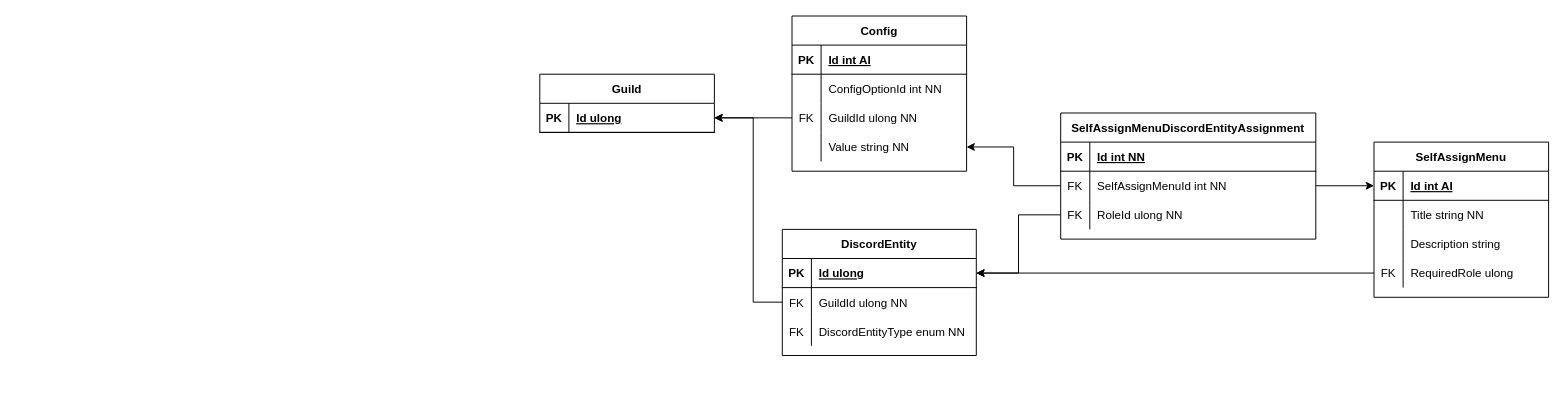
Earlier version of the draw.io diagram Docs/Db.drawio (Leyla-Labs/Leyla.Bot). Source tidied: cells renumbered, new cells numbered last; positions are measured from the earlier drawing's top-left corner, leaving out a move shared by most shapes. Both pictures are drawn from the tidied source at 97%, with x=0, y=0 at pixel (539, 16).
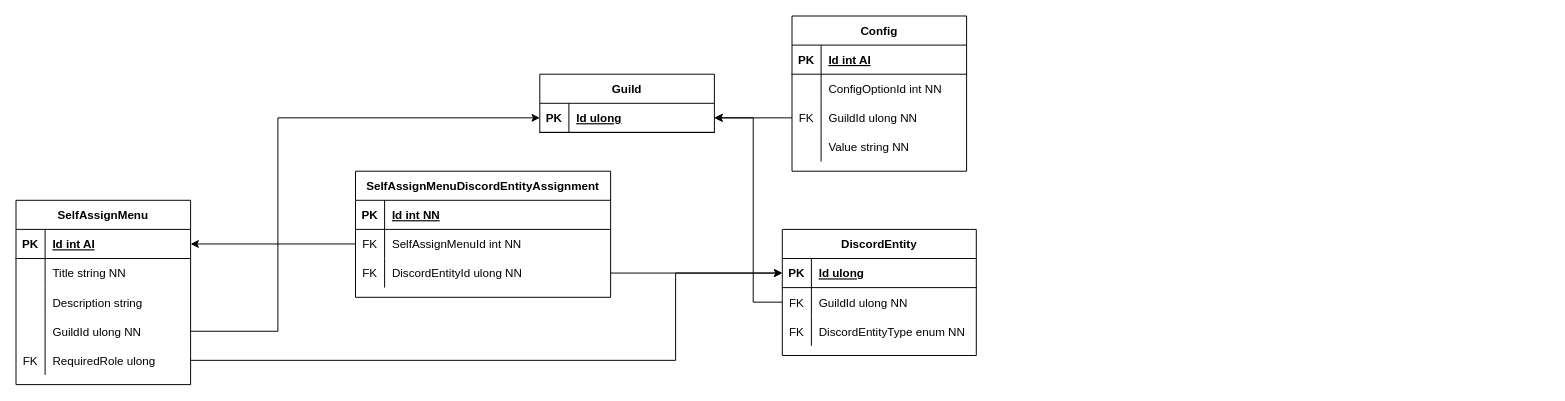
The same diagram, later.

Unchanged cells that the change refers to:
```xml
<mxCell id="3" style="shape=partialRectangle;fillColor=none;top=0;left=0;bottom=1;right=0;points=[[0,0.5],[1,0.5]];portConstraint=eastwest;" parent="2" vertex="1">
  <mxGeometry y="30" width="180" height="30" as="geometry" />
</mxCell>
<mxCell id="16" style="shape=partialRectangle;fillColor=none;top=0;left=0;bottom=0;right=0;points=[[0,0.5],[1,0.5]];portConstraint=eastwest;" parent="6" vertex="1">
  <mxGeometry y="120" width="180" height="30" as="geometry" />
</mxCell>
<mxCell id="21" style="shape=partialRectangle;fillColor=none;top=0;left=0;bottom=1;right=0;points=[[0,0.5],[1,0.5]];portConstraint=eastwest;" parent="20" vertex="1">
  <mxGeometry y="30" width="200" height="30" as="geometry" />
</mxCell>
<mxCell id="32" style="shape=partialRectangle;fillColor=none;top=0;left=0;bottom=1;right=0;points=[[0,0.5],[1,0.5]];portConstraint=eastwest;" parent="31" vertex="1">
  <mxGeometry y="30" width="180" height="30" as="geometry" />
</mxCell>
<mxCell id="49" style="shape=partialRectangle;fillColor=none;top=0;left=0;bottom=0;right=0;points=[[0,0.5],[1,0.5]];portConstraint=eastwest;" parent="45" vertex="1">
  <mxGeometry y="60" width="263" height="30" as="geometry" />
</mxCell>
<mxCell id="52" style="shape=partialRectangle;fillColor=none;top=0;left=0;bottom=0;right=0;points=[[0,0.5],[1,0.5]];portConstraint=eastwest;" parent="45" vertex="1">
  <mxGeometry y="90" width="263" height="30" as="geometry" />
</mxCell>
```

What changed in the source:
```diff
@@
     <mxCell id="31" value="SelfAssignMenu" style="shape=table;startSize=30;childLayout=tableLayout;rowLines=0;fontStyle=1;align=center;" parent="1" vertex="1">
-      <mxGeometry x="860" y="130" width="180" height="160" as="geometry" />
+      <mxGeometry x="-540" y="190" width="180" height="190" as="geometry" />
     </mxCell>
@@
+    <mxCell id="58" style="shape=partialRectangle;fillColor=none;top=0;left=0;bottom=0;right=0;points=[[0,0.5],[1,0.5]];portConstraint=eastwest;" parent="31" vertex="1">
+      <mxGeometry y="120" width="180" height="30" as="geometry" />
+    </mxCell>
+    <mxCell id="59" style="shape=partialRectangle;fillColor=none;top=0;left=0;bottom=0;right=0;overflow=hidden;" parent="58" vertex="1">
+      <mxGeometry width="30" height="30" as="geometry" />
+    </mxCell>
+    <mxCell id="60" value="GuildId ulong NN" style="shape=partialRectangle;fillColor=none;top=0;left=0;bottom=0;right=0;align=left;spacingLeft=6;overflow=hidden;" parent="58" vertex="1">
+      <mxGeometry x="30" width="150" height="30" as="geometry" />
+    </mxCell>
     <mxCell id="41" style="shape=partialRectangle;fillColor=none;top=0;left=0;bottom=0;right=0;points=[[0,0.5],[1,0.5]];portConstraint=eastwest;" parent="31" vertex="1">
-      <mxGeometry y="120" width="180" height="30" as="geometry" />
+      <mxGeometry y="150" width="180" height="30" as="geometry" />
     </mxCell>
@@
-    <mxCell id="44" style="edgeStyle=orthogonalEdgeStyle;rounded=0;jettySize=auto;html=1;exitX=0;exitY=0.5;exitDx=0;exitDy=0;" parent="1" edge="1" source="41" target="21">
-      <mxGeometry relative="1" as="geometry" />
-    </mxCell>
     <mxCell id="45" value="SelfAssignMenuDiscordEntityAssignment" style="shape=table;startSize=30;childLayout=tableLayout;rowLines=0;fontStyle=1;align=center;" parent="1" vertex="1">
-      <mxGeometry x="537" y="100" width="263" height="130" as="geometry" />
+      <mxGeometry x="-190" y="160" width="263" height="130" as="geometry" />
     </mxCell>
@@
-    <mxCell id="54" value="RoleId ulong NN" style="shape=partialRectangle;fillColor=none;top=0;left=0;bottom=0;right=0;align=left;spacingLeft=6;overflow=hidden;" parent="52" vertex="1">
+    <mxCell id="54" value="DiscordEntityId ulong NN" style="shape=partialRectangle;fillColor=none;top=0;left=0;bottom=0;right=0;align=left;spacingLeft=6;overflow=hidden;" parent="52" vertex="1">
       <mxGeometry x="30" width="233" height="30" as="geometry" />
     </mxCell>
+    <mxCell id="56" style="edgeStyle=orthogonalEdgeStyle;rounded=0;jettySize=auto;html=1;exitX=1;exitY=0.5;exitDx=0;exitDy=0;" parent="1" edge="1" source="52" target="21">
+      <mxGeometry relative="1" as="geometry" />
+    </mxCell>
-    <mxCell id="55" style="edgeStyle=orthogonalEdgeStyle;rounded=0;jettySize=auto;html=1;exitX=1;exitY=0.5;exitDx=0;exitDy=0;" parent="1" edge="1" source="49" target="32">
+    <mxCell id="55" style="edgeStyle=orthogonalEdgeStyle;rounded=0;jettySize=auto;html=1;exitX=0;exitY=0.5;exitDx=0;exitDy=0;entryX=1;entryY=0.5;entryDx=0;entryDy=0;" parent="1" edge="1" source="49" target="32">
       <mxGeometry relative="1" as="geometry" />
     </mxCell>
-    <mxCell id="56" style="edgeStyle=orthogonalEdgeStyle;rounded=0;jettySize=auto;html=1;exitX=0;exitY=0.5;exitDx=0;exitDy=0;" parent="1" edge="1" source="52" target="21">
-      <mxGeometry relative="1" as="geometry" />
-    </mxCell>
-    <mxCell id="57" style="edgeStyle=orthogonalEdgeStyle;rounded=0;jettySize=auto;html=1;" parent="1" edge="1" source="49" target="16">
-      <mxGeometry relative="1" as="geometry" />
-    </mxCell>
+    <mxCell id="44" style="edgeStyle=orthogonalEdgeStyle;rounded=0;jettySize=auto;html=1;exitX=1;exitY=0.5;exitDx=0;exitDy=0;" parent="1" edge="1" source="41" target="21">
+      <mxGeometry relative="1" as="geometry">
+        <Array as="points">
+          <mxPoint x="140" y="355" />
+          <mxPoint x="140" y="265" />
+        </Array>
+      </mxGeometry>
+    </mxCell>
+    <mxCell id="61" style="edgeStyle=orthogonalEdgeStyle;rounded=0;jettySize=auto;html=1;exitX=1;exitY=0.5;exitDx=0;exitDy=0;entryX=0;entryY=0.5;entryDx=0;entryDy=0;" parent="1" edge="1" source="58" target="3">
+      <mxGeometry relative="1" as="geometry">
+        <Array as="points">
+          <mxPoint x="-270" y="325" />
+          <mxPoint x="-270" y="105" />
+        </Array>
+      </mxGeometry>
+    </mxCell>
```
